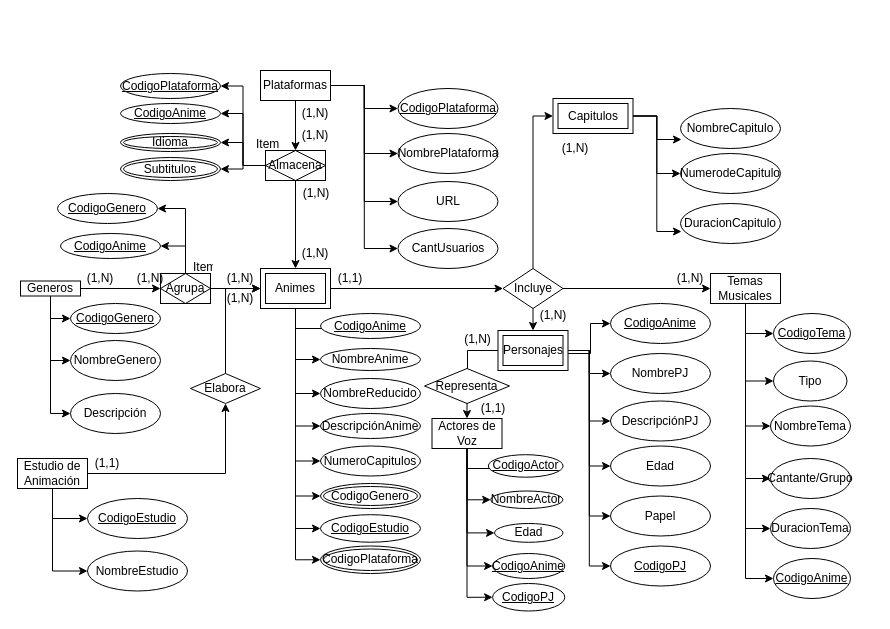
Ticnow/Pruebas keeps this draw.io diagram as page "Modelo_Conceptual" (1 of 2) of Animes.drawio. Above is the earlier version. Source tidied: cells renumbered, new cells numbered last; positions are measured from the earlier drawing's top-left corner, leaving out a move shared by most shapes. Both pictures are drawn from the tidied source at 100%, with x=0, y=0 at pixel (17, 70).
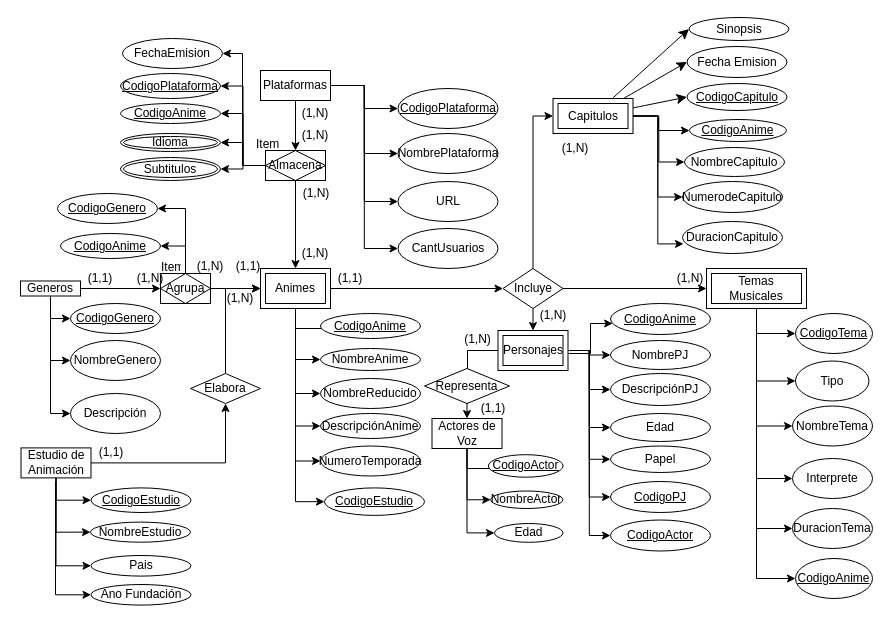
The same diagram, later.

Unchanged cells that the change refers to:
```xml
<mxCell id="22" value="Animes" style="shape=ext;margin=3;double=1;whiteSpace=wrap;html=1;align=center;" parent="1" vertex="1">
  <mxGeometry x="243" y="198" width="70" height="40" as="geometry" />
</mxCell>
<mxCell id="28" value="Capitulos" style="shape=ext;margin=3;double=1;whiteSpace=wrap;html=1;align=center;" parent="1" vertex="1">
  <mxGeometry x="535.5" y="28" width="80" height="35" as="geometry" />
</mxCell>
<mxCell id="36" value="Personajes" style="shape=ext;margin=3;double=1;whiteSpace=wrap;html=1;align=center;" parent="1" vertex="1">
  <mxGeometry x="480.5" y="260" width="70" height="40" as="geometry" />
</mxCell>
<mxCell id="49" value="Actores de Voz" style="whiteSpace=wrap;html=1;align=center;" parent="1" vertex="1">
  <mxGeometry x="414.5" y="348" width="70" height="30" as="geometry" />
</mxCell>
<mxCell id="59" value="Almacena" style="shape=associativeEntity;whiteSpace=wrap;html=1;align=center;" parent="1" vertex="1">
  <mxGeometry x="248" y="80" width="60" height="30" as="geometry" />
</mxCell>
```

Change to the diagram source:
```diff
@@
-    <mxCell id="20" style="edgeStyle=orthogonalEdgeStyle;rounded=0;jettySize=auto;html=1;entryX=0;entryY=0.5;entryDx=0;entryDy=0;" parent="1" edge="1" source="22" target="113">
-      <mxGeometry relative="1" as="geometry" />
-    </mxCell>
-    <mxCell id="21" style="edgeStyle=orthogonalEdgeStyle;rounded=0;jettySize=auto;html=1;entryX=0;entryY=0.5;entryDx=0;entryDy=0;" parent="1" edge="1" source="22" target="112">
-      <mxGeometry relative="1" as="geometry" />
-    </mxCell>
@@
     <mxCell id="26" value="Estudio de Animación" style="whiteSpace=wrap;html=1;align=center;" parent="1" vertex="1">
-      <mxGeometry y="388" width="70" height="30" as="geometry" />
+      <mxGeometry x="3.5" y="377.4" width="70" height="30" as="geometry" />
     </mxCell>
@@
+    <mxCell id="130" style="edgeStyle=none;curved=1;rounded=0;jettySize=auto;html=1;entryX=0;entryY=0.5;entryDx=0;entryDy=0;fontSize=12;startSize=8;endSize=8;" parent="1" edge="1" source="28" target="136">
+      <mxGeometry relative="1" as="geometry" />
+    </mxCell>
+    <mxCell id="131" style="edgeStyle=none;curved=1;rounded=0;jettySize=auto;html=1;entryX=0;entryY=0.5;entryDx=0;entryDy=0;fontSize=12;startSize=8;endSize=8;" parent="1" edge="1" source="28" target="144">
+      <mxGeometry relative="1" as="geometry" />
+    </mxCell>
+    <mxCell id="132" style="edgeStyle=none;curved=1;rounded=0;jettySize=auto;html=1;entryX=0;entryY=0.5;entryDx=0;entryDy=0;fontSize=12;startSize=8;endSize=8;" parent="1" edge="1" source="28" target="145">
+      <mxGeometry relative="1" as="geometry" />
+    </mxCell>
@@
-    <mxCell id="35" style="edgeStyle=orthogonalEdgeStyle;rounded=0;jettySize=auto;html=1;entryX=0;entryY=0.5;entryDx=0;entryDy=0;" parent="1" edge="1" source="36" target="123">
+    <mxCell id="35" style="edgeStyle=orthogonalEdgeStyle;rounded=0;jettySize=auto;html=1;entryX=0;entryY=0.5;entryDx=0;entryDy=0;" parent="1" edge="1" source="36" target="133">
       <mxGeometry relative="1" as="geometry" />
     </mxCell>
@@
-    <mxCell id="37" style="edgeStyle=orthogonalEdgeStyle;rounded=0;jettySize=auto;html=1;entryX=0;entryY=0.5;entryDx=0;entryDy=0;" parent="1" edge="1" source="43" target="114">
-      <mxGeometry relative="1" as="geometry" />
+    <mxCell id="37" style="edgeStyle=orthogonalEdgeStyle;rounded=0;jettySize=auto;html=1;entryX=0;entryY=0.5;entryDx=0;entryDy=0;exitX=0.5;exitY=1;exitDx=0;exitDy=0;" parent="1" edge="1" source="43" target="114">
+      <mxGeometry relative="1" as="geometry">
+        <Array as="points">
+          <mxPoint x="739" y="263" />
+        </Array>
+      </mxGeometry>
     </mxCell>
-    <mxCell id="38" style="edgeStyle=orthogonalEdgeStyle;rounded=0;jettySize=auto;html=1;entryX=0;entryY=0.5;entryDx=0;entryDy=0;" parent="1" edge="1" source="43" target="99">
+    <mxCell id="38" style="edgeStyle=orthogonalEdgeStyle;rounded=0;jettySize=auto;html=1;entryX=0;entryY=0.5;entryDx=0;entryDy=0;exitX=0.5;exitY=1;exitDx=0;exitDy=0;" parent="1" edge="1" source="43" target="99">
       <mxGeometry relative="1" as="geometry" />
     </mxCell>
-    <mxCell id="39" style="edgeStyle=orthogonalEdgeStyle;rounded=0;jettySize=auto;html=1;entryX=0;entryY=0.5;entryDx=0;entryDy=0;" parent="1" edge="1" source="43" target="100">
+    <mxCell id="39" style="edgeStyle=orthogonalEdgeStyle;rounded=0;jettySize=auto;html=1;entryX=0;entryY=0.5;entryDx=0;entryDy=0;exitX=0.5;exitY=1;exitDx=0;exitDy=0;" parent="1" edge="1" source="43" target="100">
       <mxGeometry relative="1" as="geometry" />
     </mxCell>
-    <mxCell id="40" style="edgeStyle=orthogonalEdgeStyle;rounded=0;jettySize=auto;html=1;entryX=0;entryY=0.5;entryDx=0;entryDy=0;" parent="1" edge="1" source="43" target="101">
+    <mxCell id="40" style="edgeStyle=orthogonalEdgeStyle;rounded=0;jettySize=auto;html=1;entryX=0;entryY=0.5;entryDx=0;entryDy=0;exitX=0.5;exitY=1;exitDx=0;exitDy=0;" parent="1" edge="1" source="43" target="101">
       <mxGeometry relative="1" as="geometry" />
     </mxCell>
-    <mxCell id="41" style="edgeStyle=orthogonalEdgeStyle;rounded=0;jettySize=auto;html=1;entryX=0;entryY=0.5;entryDx=0;entryDy=0;" parent="1" edge="1" source="43" target="102">
+    <mxCell id="41" style="edgeStyle=orthogonalEdgeStyle;rounded=0;jettySize=auto;html=1;entryX=0;entryY=0.5;entryDx=0;entryDy=0;exitX=0.5;exitY=1;exitDx=0;exitDy=0;" parent="1" edge="1" source="43" target="102">
       <mxGeometry relative="1" as="geometry" />
     </mxCell>
-    <mxCell id="42" style="edgeStyle=orthogonalEdgeStyle;rounded=0;jettySize=auto;html=1;entryX=0;entryY=0.5;entryDx=0;entryDy=0;" parent="1" edge="1" source="43" target="120">
+    <mxCell id="42" style="edgeStyle=orthogonalEdgeStyle;rounded=0;jettySize=auto;html=1;entryX=0;entryY=0.5;entryDx=0;entryDy=0;exitX=0.5;exitY=1;exitDx=0;exitDy=0;" parent="1" edge="1" source="43" target="120">
       <mxGeometry relative="1" as="geometry" />
     </mxCell>
-    <mxCell id="43" value="Temas Musicales" style="whiteSpace=wrap;html=1;align=center;" parent="1" vertex="1">
-      <mxGeometry x="693" y="203" width="70" height="30" as="geometry" />
-    </mxCell>
@@
-    <mxCell id="47" style="edgeStyle=orthogonalEdgeStyle;rounded=0;jettySize=auto;html=1;entryX=0;entryY=0.5;entryDx=0;entryDy=0;" parent="1" edge="1" source="49" target="121">
-      <mxGeometry relative="1" as="geometry" />
-    </mxCell>
-    <mxCell id="48" style="edgeStyle=orthogonalEdgeStyle;rounded=0;jettySize=auto;html=1;entryX=0;entryY=0.5;entryDx=0;entryDy=0;" parent="1" edge="1" source="49" target="122">
-      <mxGeometry relative="1" as="geometry" />
-    </mxCell>
@@
     <mxCell id="68" value="Item" style="text;strokeColor=none;fillColor=none;spacingLeft=4;spacingRight=4;overflow=hidden;fontSize=12;whiteSpace=wrap;html=1;" parent="1" vertex="1">
-      <mxGeometry x="170" y="183" width="30" height="20" as="geometry" />
+      <mxGeometry x="138" y="183" width="30" height="20" as="geometry" />
     </mxCell>
@@
-    <mxCell id="70" value="(1,N)" style="text;html=1;align=center;verticalAlign=middle;whiteSpace=wrap;rounded=0;" parent="1" vertex="1">
+    <mxCell id="70" value="(1,1)" style="text;html=1;align=center;verticalAlign=middle;whiteSpace=wrap;rounded=0;" parent="1" vertex="1">
       <mxGeometry x="53" y="193" width="60" height="30" as="geometry" />
     </mxCell>
@@
-    <mxCell id="73" value="(1,N)" style="text;html=1;align=center;verticalAlign=middle;whiteSpace=wrap;rounded=0;" parent="1" vertex="1">
-      <mxGeometry x="193" y="193" width="60" height="30" as="geometry" />
+    <mxCell id="73" value="(1,1)" style="text;html=1;align=center;verticalAlign=middle;whiteSpace=wrap;rounded=0;" parent="1" vertex="1">
+      <mxGeometry x="201" y="180.5" width="60" height="30" as="geometry" />
     </mxCell>
@@
     <mxCell id="89" value="(1,1)" style="text;html=1;align=center;verticalAlign=middle;whiteSpace=wrap;rounded=0;" parent="1" vertex="1">
-      <mxGeometry x="60" y="378" width="60" height="30" as="geometry" />
+      <mxGeometry x="63.5" y="367.4" width="60" height="30" as="geometry" />
     </mxCell>
     <mxCell id="90" value="CodigoEstudio" style="ellipse;whiteSpace=wrap;html=1;align=center;fontStyle=4;" parent="1" vertex="1">
-      <mxGeometry x="70" y="428" width="100" height="40" as="geometry" />
+      <mxGeometry x="73.5" y="417.4" width="100" height="24.6" as="geometry" />
     </mxCell>
@@
     <mxCell id="92" value="NombreEstudio" style="ellipse;whiteSpace=wrap;html=1;align=center;" parent="1" vertex="1">
-      <mxGeometry x="70" y="480.5" width="100" height="40" as="geometry" />
+      <mxGeometry x="73" y="451.6" width="100" height="20.1" as="geometry" />
     </mxCell>
     <mxCell id="93" value="NombreCapitulo" style="ellipse;whiteSpace=wrap;html=1;align=center;" parent="1" vertex="1">
-      <mxGeometry x="663" y="38" width="100" height="40" as="geometry" />
+      <mxGeometry x="667" y="77" width="100" height="29" as="geometry" />
     </mxCell>
     <mxCell id="94" value="NumerodeCapitulo" style="ellipse;whiteSpace=wrap;html=1;align=center;" parent="1" vertex="1">
-      <mxGeometry x="663" y="83" width="100" height="40" as="geometry" />
+      <mxGeometry x="665" y="111" width="100" height="31" as="geometry" />
     </mxCell>
     <mxCell id="95" value="DuracionCapitulo" style="ellipse;whiteSpace=wrap;html=1;align=center;" parent="1" vertex="1">
-      <mxGeometry x="663" y="133" width="100" height="40" as="geometry" />
+      <mxGeometry x="665" y="151" width="100" height="32" as="geometry" />
     </mxCell>
@@
-    <mxCell id="97" style="edgeStyle=orthogonalEdgeStyle;rounded=0;jettySize=auto;html=1;entryX=0.01;entryY=0.775;entryDx=0;entryDy=0;entryPerimeter=0;" parent="1" edge="1" source="28" target="93">
+    <mxCell id="97" style="edgeStyle=orthogonalEdgeStyle;rounded=0;jettySize=auto;html=1;entryX=0;entryY=0.5;entryDx=0;entryDy=0;" parent="1" edge="1" source="28" target="93">
       <mxGeometry relative="1" as="geometry" />
     </mxCell>
@@
     <mxCell id="99" value="Tipo" style="ellipse;whiteSpace=wrap;html=1;align=center;" parent="1" vertex="1">
-      <mxGeometry x="756" y="290.5" width="73.5" height="40" as="geometry" />
+      <mxGeometry x="778" y="290.5" width="73.5" height="40" as="geometry" />
     </mxCell>
     <mxCell id="100" value="NombreTema" style="ellipse;whiteSpace=wrap;html=1;align=center;" parent="1" vertex="1">
-      <mxGeometry x="753" y="335.5" width="80" height="40" as="geometry" />
+      <mxGeometry x="775" y="335.5" width="80" height="40" as="geometry" />
     </mxCell>
-    <mxCell id="101" value="Cantante/Grupo" style="ellipse;whiteSpace=wrap;html=1;align=center;" parent="1" vertex="1">
-      <mxGeometry x="753" y="388" width="80" height="40" as="geometry" />
+    <mxCell id="101" value="Interprete" style="ellipse;whiteSpace=wrap;html=1;align=center;" parent="1" vertex="1">
+      <mxGeometry x="775" y="388" width="80" height="40" as="geometry" />
     </mxCell>
     <mxCell id="102" value="DuracionTema" style="ellipse;whiteSpace=wrap;html=1;align=center;" parent="1" vertex="1">
-      <mxGeometry x="753" y="438" width="80" height="40" as="geometry" />
+      <mxGeometry x="775" y="438" width="80" height="40" as="geometry" />
     </mxCell>
@@
-    <mxCell id="108" value="NumeroCapitulos" style="ellipse;whiteSpace=wrap;html=1;align=center;" parent="1" vertex="1">
+    <mxCell id="108" value="NumeroTemporada" style="ellipse;whiteSpace=wrap;html=1;align=center;" parent="1" vertex="1">
       <mxGeometry x="303" y="375.5" width="100" height="30" as="geometry" />
     </mxCell>
@@
     <mxCell id="111" value="CodigoEstudio" style="ellipse;whiteSpace=wrap;html=1;align=center;fontStyle=4;" parent="1" vertex="1">
-      <mxGeometry x="303" y="444.2" width="100" height="27.5" as="geometry" />
+      <mxGeometry x="307" y="417.4" width="100" height="27.5" as="geometry" />
     </mxCell>
-    <mxCell id="112" value="CodigoPlataforma" style="ellipse;shape=doubleEllipse;margin=3;whiteSpace=wrap;html=1;align=center;" parent="1" vertex="1">
-      <mxGeometry x="303" y="475.5" width="100" height="27.5" as="geometry" />
-    </mxCell>
-    <mxCell id="113" value="CodigoGenero" style="ellipse;shape=doubleEllipse;margin=3;whiteSpace=wrap;html=1;align=center;" parent="1" vertex="1">
-      <mxGeometry x="303" y="413" width="100" height="25" as="geometry" />
-    </mxCell>
     <mxCell id="114" value="CodigoTema" style="ellipse;whiteSpace=wrap;html=1;align=center;fontStyle=4;" parent="1" vertex="1">
-      <mxGeometry x="756" y="243" width="77" height="40" as="geometry" />
+      <mxGeometry x="778" y="243" width="77" height="40" as="geometry" />
     </mxCell>
     <mxCell id="115" value="NombrePJ" style="ellipse;whiteSpace=wrap;html=1;align=center;" parent="1" vertex="1">
-      <mxGeometry x="593" y="283" width="100" height="40" as="geometry" />
+      <mxGeometry x="593" y="270" width="100" height="29" as="geometry" />
     </mxCell>
     <mxCell id="116" value="DescripciónPJ" style="ellipse;whiteSpace=wrap;html=1;align=center;" parent="1" vertex="1">
-      <mxGeometry x="593" y="330.5" width="100" height="40" as="geometry" />
+      <mxGeometry x="593" y="303" width="100" height="32" as="geometry" />
     </mxCell>
     <mxCell id="117" value="CodigoAnime" style="ellipse;whiteSpace=wrap;html=1;align=center;fontStyle=4;" parent="1" vertex="1">
-      <mxGeometry x="593" y="233" width="100" height="40" as="geometry" />
+      <mxGeometry x="593" y="233" width="100" height="31" as="geometry" />
     </mxCell>
     <mxCell id="118" value="Edad" style="ellipse;whiteSpace=wrap;html=1;align=center;" parent="1" vertex="1">
-      <mxGeometry x="593" y="375.5" width="100" height="40" as="geometry" />
+      <mxGeometry x="593" y="343" width="100" height="28" as="geometry" />
     </mxCell>
     <mxCell id="119" value="Papel" style="ellipse;whiteSpace=wrap;html=1;align=center;" parent="1" vertex="1">
-      <mxGeometry x="593" y="425.5" width="100" height="40" as="geometry" />
+      <mxGeometry x="593" y="375.5" width="100" height="26.5" as="geometry" />
     </mxCell>
     <mxCell id="120" value="CodigoAnime" style="ellipse;whiteSpace=wrap;html=1;align=center;fontStyle=4;" parent="1" vertex="1">
-      <mxGeometry x="756" y="488" width="77" height="40" as="geometry" />
+      <mxGeometry x="778" y="488" width="77" height="40" as="geometry" />
     </mxCell>
-    <mxCell id="121" value="CodigoAnime" style="ellipse;whiteSpace=wrap;html=1;align=center;fontStyle=4;" parent="1" vertex="1">
-      <mxGeometry x="475.1" y="483" width="72.2" height="25" as="geometry" />
-    </mxCell>
-    <mxCell id="122" value="CodigoPJ" style="ellipse;whiteSpace=wrap;html=1;align=center;fontStyle=4;" parent="1" vertex="1">
-      <mxGeometry x="475.1" y="513" width="72.2" height="27.5" as="geometry" />
-    </mxCell>
     <mxCell id="123" value="CodigoPJ" style="ellipse;whiteSpace=wrap;html=1;align=center;fontStyle=4;" parent="1" vertex="1">
-      <mxGeometry x="593" y="475.5" width="100" height="40" as="geometry" />
+      <mxGeometry x="593" y="411" width="100" height="31" as="geometry" />
     </mxCell>
@@
+    <mxCell id="133" value="CodigoActor" style="ellipse;whiteSpace=wrap;html=1;align=center;fontStyle=4;" parent="1" vertex="1">
+      <mxGeometry x="593" y="449.5" width="100" height="31" as="geometry" />
+    </mxCell>
+    <mxCell id="134" style="edgeStyle=orthogonalEdgeStyle;rounded=0;jettySize=auto;html=1;entryX=0;entryY=0.5;entryDx=0;entryDy=0;exitX=1;exitY=0.5;exitDx=0;exitDy=0;" parent="1" edge="1" source="36" target="123">
+      <mxGeometry relative="1" as="geometry" />
+    </mxCell>
+    <mxCell id="135" style="edgeStyle=orthogonalEdgeStyle;rounded=0;jettySize=auto;html=1;entryX=0;entryY=0.5;entryDx=0;entryDy=0;exitX=1;exitY=0.5;exitDx=0;exitDy=0;" parent="1" edge="1" source="28" target="121">
+      <mxGeometry relative="1" as="geometry">
+        <Array as="points">
+          <mxPoint x="641" y="46" />
+          <mxPoint x="641" y="60" />
+        </Array>
+      </mxGeometry>
+    </mxCell>
+    <mxCell id="136" value="CodigoCapitulo" style="ellipse;whiteSpace=wrap;html=1;align=center;fontStyle=4;" parent="1" vertex="1">
+      <mxGeometry x="669.5" y="13" width="100" height="27" as="geometry" />
+    </mxCell>
+    <mxCell id="121" value="CodigoAnime" style="ellipse;whiteSpace=wrap;html=1;align=center;fontStyle=4;" parent="1" vertex="1">
+      <mxGeometry x="672" y="49" width="97" height="22" as="geometry" />
+    </mxCell>
+    <mxCell id="137" value="Pais" style="ellipse;whiteSpace=wrap;html=1;align=center;" parent="1" vertex="1">
+      <mxGeometry x="73.5" y="485" width="100" height="20.6" as="geometry" />
+    </mxCell>
+    <mxCell id="138" style="edgeStyle=orthogonalEdgeStyle;rounded=0;jettySize=auto;html=1;entryX=0;entryY=0.5;entryDx=0;entryDy=0;exitX=0.5;exitY=1;exitDx=0;exitDy=0;" parent="1" edge="1" source="26" target="137">
+      <mxGeometry relative="1" as="geometry">
+        <Array as="points">
+          <mxPoint x="39" y="495" />
+        </Array>
+      </mxGeometry>
+    </mxCell>
+    <mxCell id="43" value="Temas Musicales" style="shape=ext;margin=3;double=1;whiteSpace=wrap;html=1;align=center;" parent="1" vertex="1">
+      <mxGeometry x="689" y="198" width="100" height="40" as="geometry" />
+    </mxCell>
+    <mxCell id="139" value="FechaEmision" style="ellipse;whiteSpace=wrap;html=1;align=center;" parent="1" vertex="1">
+      <mxGeometry x="105" y="-32" width="100" height="30" as="geometry" />
+    </mxCell>
+    <mxCell id="140" style="edgeStyle=orthogonalEdgeStyle;rounded=0;jettySize=auto;html=1;entryX=1;entryY=0.5;entryDx=0;entryDy=0;exitX=0;exitY=0.5;exitDx=0;exitDy=0;" parent="1" edge="1" source="59" target="139">
+      <mxGeometry relative="1" as="geometry">
+        <Array as="points">
+          <mxPoint x="225" y="95" />
+          <mxPoint x="225" y="-17" />
+        </Array>
+      </mxGeometry>
+    </mxCell>
+    <mxCell id="141" value="(1,N)" style="text;html=1;align=center;verticalAlign=middle;whiteSpace=wrap;rounded=0;" parent="1" vertex="1">
+      <mxGeometry x="163" y="180.5" width="60" height="30" as="geometry" />
+    </mxCell>
+    <mxCell id="142" value="Ano Fundación" style="ellipse;whiteSpace=wrap;html=1;align=center;" parent="1" vertex="1">
+      <mxGeometry x="73.5" y="514" width="100" height="20.6" as="geometry" />
+    </mxCell>
+    <mxCell id="143" style="edgeStyle=orthogonalEdgeStyle;rounded=0;jettySize=auto;html=1;entryX=0;entryY=0.5;entryDx=0;entryDy=0;" parent="1" edge="1" target="142">
+      <mxGeometry relative="1" as="geometry">
+        <mxPoint x="38" y="411" as="sourcePoint" />
+        <Array as="points">
+          <mxPoint x="38" y="524" />
+        </Array>
+      </mxGeometry>
+    </mxCell>
+    <mxCell id="144" value="Fecha Emision" style="ellipse;whiteSpace=wrap;html=1;align=center;" parent="1" vertex="1">
+      <mxGeometry x="669.5" y="-24" width="100" height="31" as="geometry" />
+    </mxCell>
+    <mxCell id="145" value="Sinopsis" style="ellipse;whiteSpace=wrap;html=1;align=center;" parent="1" vertex="1">
+      <mxGeometry x="671.5" y="-53" width="100" height="23" as="geometry" />
+    </mxCell>
```
